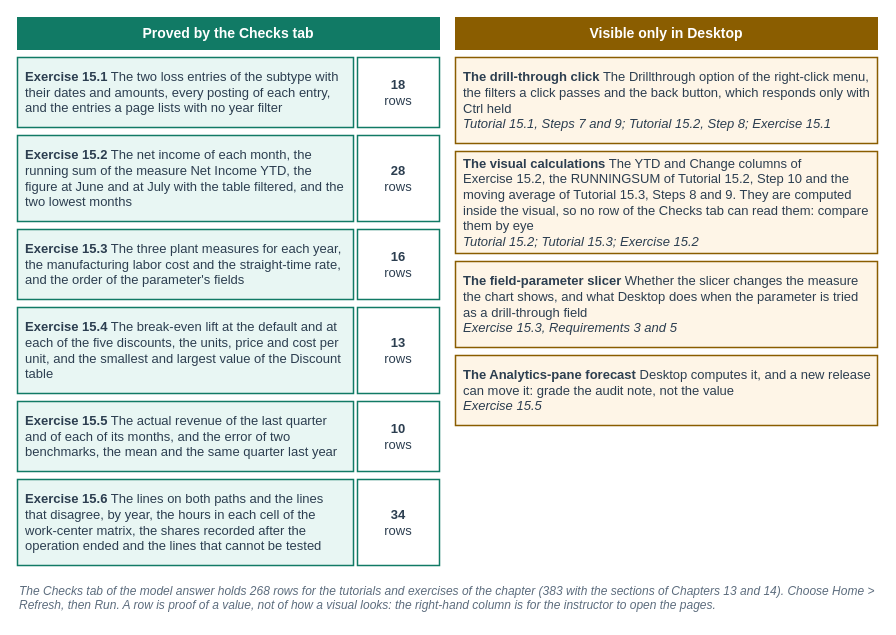
Earlier version of the draw.io diagram facts/instructor/figures/chapter-15-management-reports/IF-15-0-C.drawio (mmcodesso/Accounting_Analytics_Book). Source tidied: cells renumbered, new cells numbered last; positions are measured from the earlier drawing's top-left corner, leaving out a move shared by most shapes. Both pictures are drawn from the tidied source at 100%, with x=0, y=0 at pixel (17, 17).
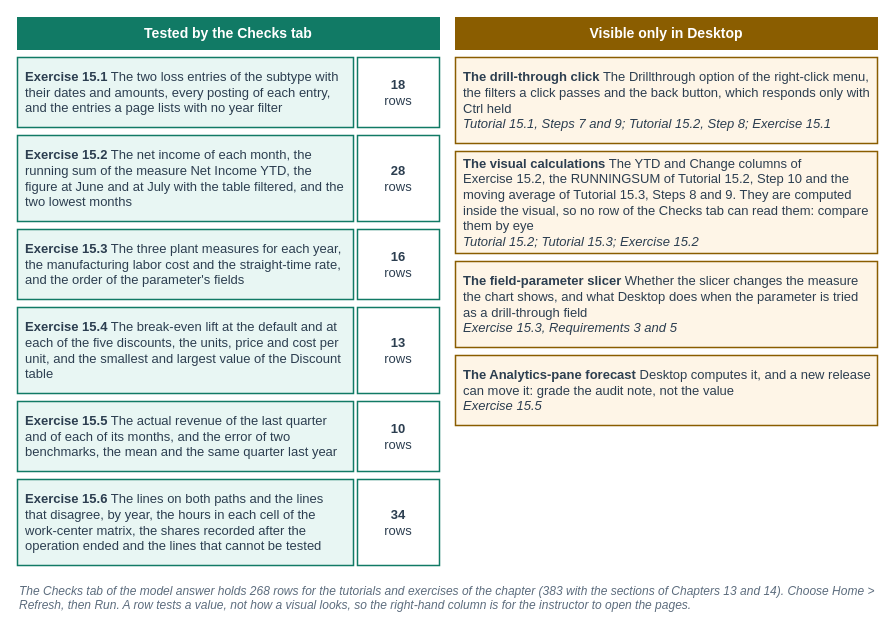
The same page after the edit.

Diff of the diagram source:
```diff
@@
-    <mxCell id="3" value="&lt;b&gt;Proved by the Checks tab&lt;/b&gt;" style="rounded=0;arcSize=6;whiteSpace=wrap;html=1;fillColor=#117A65;strokeColor=#117A65;strokeWidth=1;fontColor=#FFFFFF;fontSize=14;fontStyle=0;align=center;verticalAlign=middle;fontFamily=Helvetica;spacingLeft=6;spacingRight=6;" parent="1" vertex="1">
+    <mxCell id="3" value="&lt;b&gt;Tested by the Checks tab&lt;/b&gt;" style="rounded=0;arcSize=6;whiteSpace=wrap;html=1;fillColor=#117A65;strokeColor=#117A65;strokeWidth=1;fontColor=#FFFFFF;fontSize=14;fontStyle=0;align=center;verticalAlign=middle;fontFamily=Helvetica;spacingLeft=6;spacingRight=6;" parent="1" vertex="1">
       <mxGeometry width="422" height="32" as="geometry" />
     </mxCell>
@@
-    <mxCell id="21" value="&lt;i&gt;The Checks tab of the model answer holds 268 rows for the tutorials and exercises of the chapter (383 with the sections of Chapters 13 and 14). Choose Home &gt; Refresh, then Run. A row is proof of a value, not of how a visual looks: the right-hand column is for the instructor to open the pages.&lt;/i&gt;" style="text;html=1;whiteSpace=wrap;align=left;verticalAlign=top;fontSize=12;fontColor=#5D6D7E;fontStyle=0;fontFamily=Helvetica;spacing=2;fillColor=none;strokeColor=none;" parent="1" vertex="1">
+    <mxCell id="21" value="&lt;i&gt;The Checks tab of the model answer holds 268 rows for the tutorials and exercises of the chapter (383 with the sections of Chapters 13 and 14). Choose Home &gt; Refresh, then Run. A row tests a value, not how a visual looks, so the right-hand column is for the instructor to open the pages.&lt;/i&gt;" style="text;html=1;whiteSpace=wrap;align=left;verticalAlign=top;fontSize=12;fontColor=#5D6D7E;fontStyle=0;fontFamily=Helvetica;spacing=2;fillColor=none;strokeColor=none;" parent="1" vertex="1">
       <mxGeometry y="560" width="860" height="38" as="geometry" />
     </mxCell>
```
